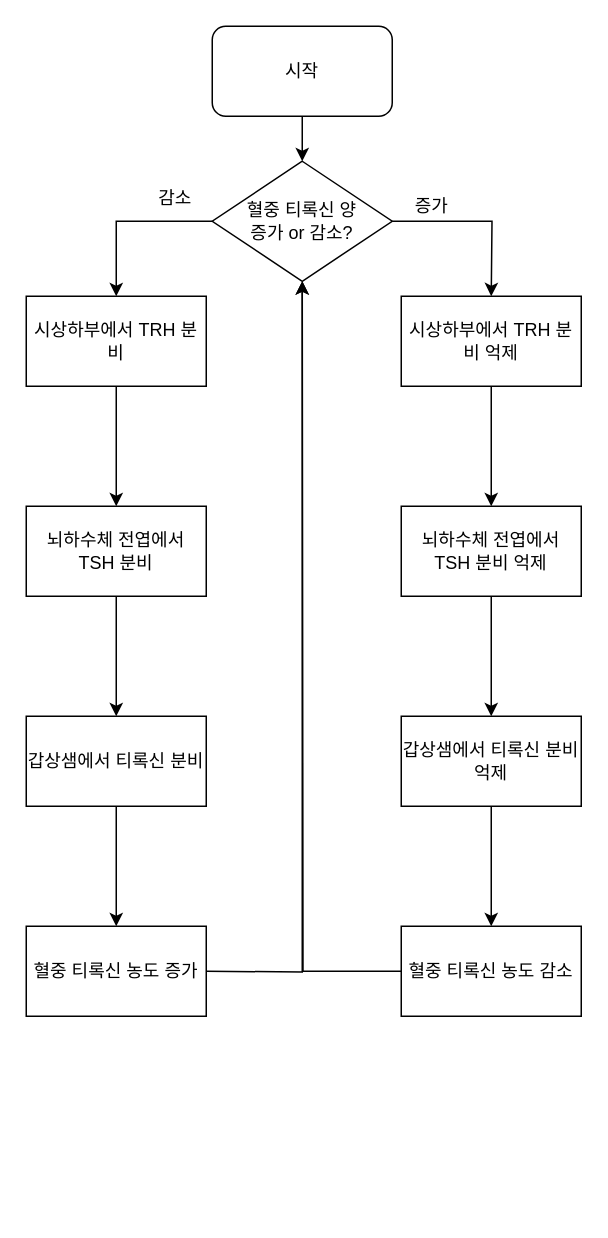
This is page "티록신 분비 조절" (2 of 4) of Untitled Diagram.drawio from Limlim0208/fusion-subject-research, a draw.io file, before an edit. Source tidied: cells renumbered, new cells numbered last; positions are measured from the earlier drawing's top-left corner, leaving out a move shared by most shapes. Both pictures are drawn from the tidied source at 150%, with x=0, y=0 at pixel (26, 26).
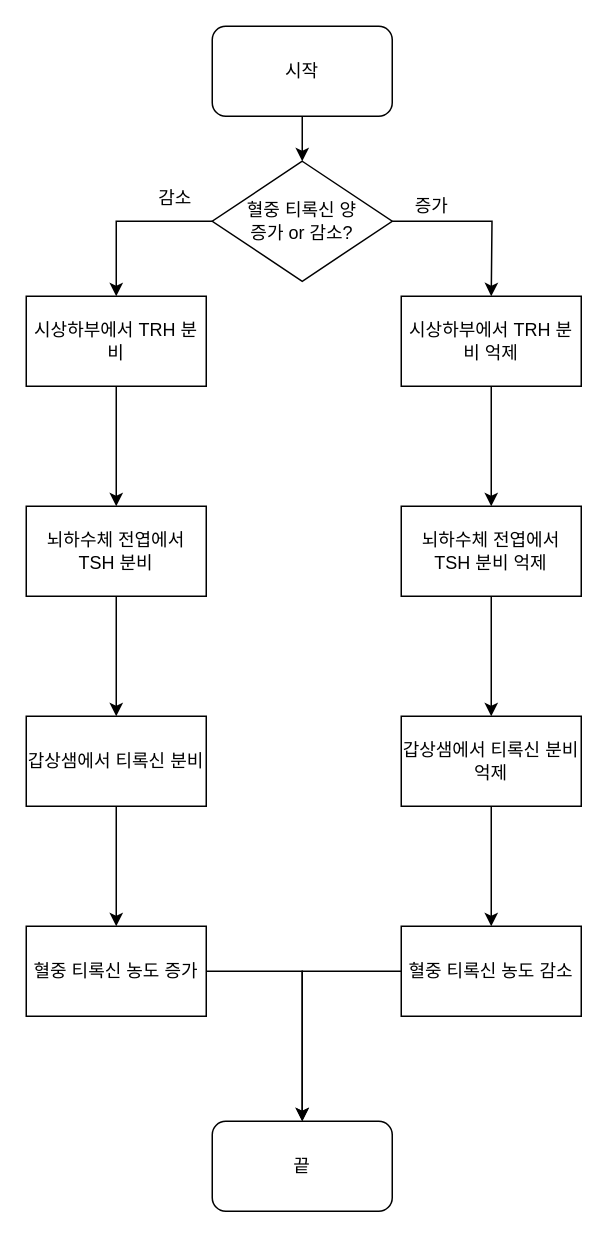
After the change.

The change refers to these unchanged cells:
```xml
<mxCell id="6" value="혈중 티록신 양&lt;br&gt;증가 or 감소?" style="rhombus;whiteSpace=wrap;html=1;" parent="1" vertex="1">
  <mxGeometry x="124" y="90" width="120" height="80" as="geometry" />
</mxCell>
<mxCell id="13" value="혈중 티록신 농도 증가" style="whiteSpace=wrap;html=1;" parent="1" vertex="1">
  <mxGeometry y="600" width="120" height="60" as="geometry" />
</mxCell>
<mxCell id="22" value="혈중 티록신 농도 감소" style="whiteSpace=wrap;html=1;" parent="1" vertex="1">
  <mxGeometry x="250" y="600" width="120" height="60" as="geometry" />
</mxCell>
```

Diff of the diagram source:
```diff
@@
+    <mxCell id="25" style="edgeStyle=orthogonalEdgeStyle;rounded=0;jettySize=auto;html=1;" parent="1" edge="1" source="13" target="26">
+      <mxGeometry relative="1" as="geometry" />
+    </mxCell>
@@
-    <mxCell id="23" style="endArrow=classic;html=1;rounded=0;strokeColor=default;elbow=vertical;edgeStyle=orthogonalEdgeStyle;entryX=0.5;entryY=1;entryDx=0;entryDy=0;" parent="1" edge="1" target="6">
-      <mxGeometry relative="1" as="geometry">
-        <mxPoint x="120" y="630" as="sourcePoint" />
-      </mxGeometry>
-    </mxCell>
-    <mxCell id="24" style="endArrow=classic;html=1;rounded=0;strokeColor=default;elbow=vertical;edgeStyle=orthogonalEdgeStyle;exitX=0;exitY=0.5;exitDx=0;exitDy=0;" parent="1" edge="1" source="22">
-      <mxGeometry relative="1" as="geometry">
-        <mxPoint x="184" y="170" as="targetPoint" />
-      </mxGeometry>
-    </mxCell>
+    <mxCell id="26" value="끝" style="rounded=1;whiteSpace=wrap;html=1;" parent="1" vertex="1">
+      <mxGeometry x="124" y="730" width="120" height="60" as="geometry" />
+    </mxCell>
+    <mxCell id="27" style="endArrow=classic;html=1;rounded=0;exitX=0;exitY=0.5;exitDx=0;exitDy=0;entryX=0.5;entryY=0;entryDx=0;entryDy=0;edgeStyle=orthogonalEdgeStyle;" parent="1" edge="1" source="22" target="26">
+      <mxGeometry relative="1" as="geometry" />
+    </mxCell>
```
